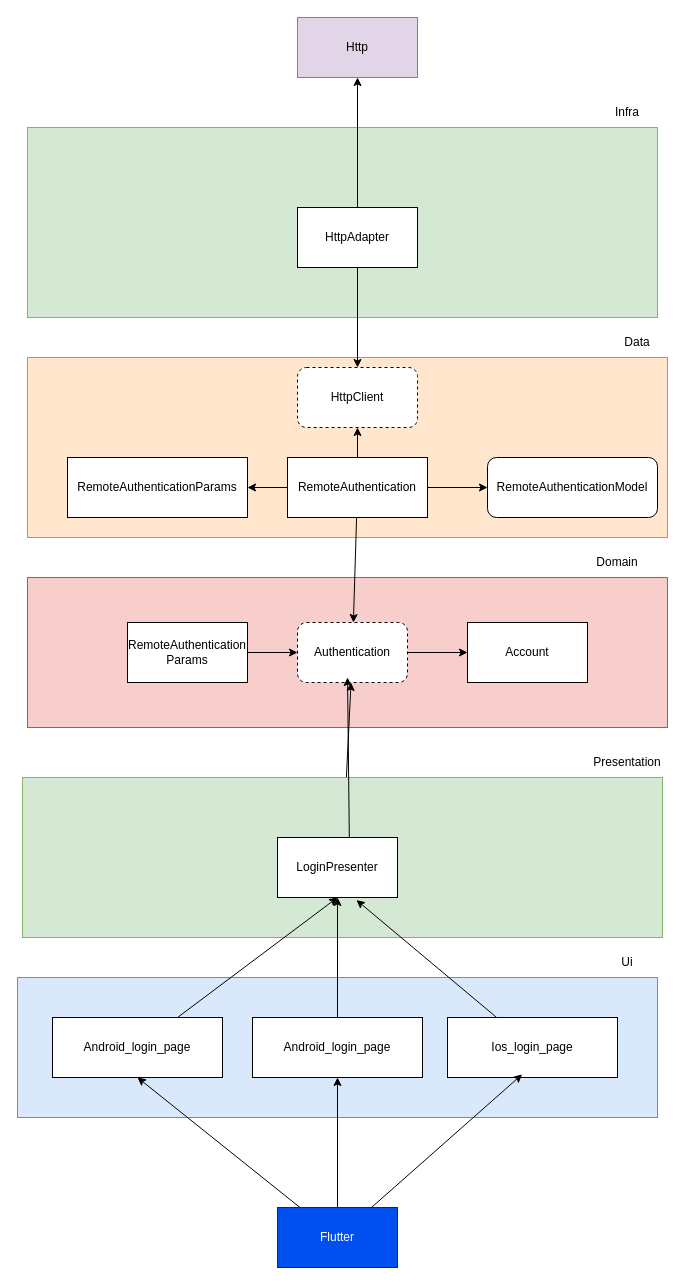
Earlier version of the draw.io diagram docs/diagram.drawio (Luke0195/clean_flutter). Source tidied: cells renumbered, new cells numbered last; positions are measured from the earlier drawing's top-left corner, leaving out a move shared by most shapes. Both pictures are drawn from the tidied source at 100%, with x=0, y=0 at pixel (17, 17).
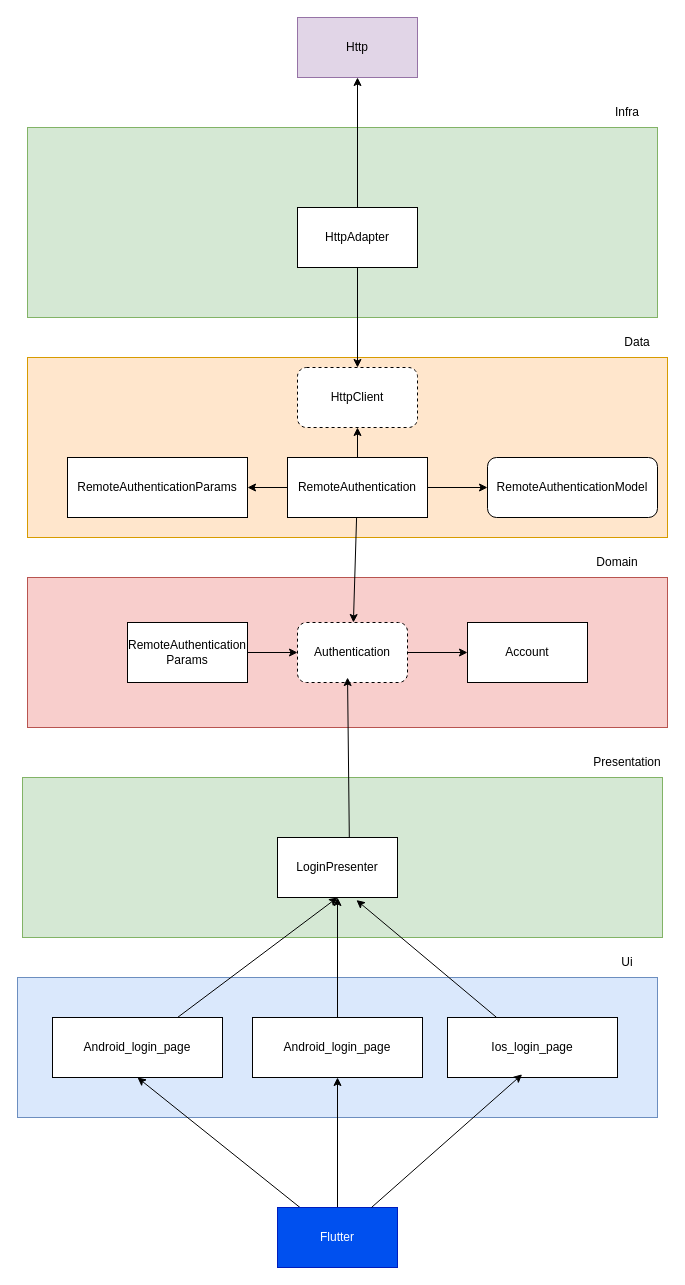
The same page after the edit.

The change refers to these unchanged cells:
```xml
<mxCell id="6" value="Authentication" style="rounded=1;whiteSpace=wrap;html=1;dashed=1;" parent="1" vertex="1">
  <mxGeometry x="280" y="605" width="110" height="60" as="geometry" />
</mxCell>
<mxCell id="27" style="rounded=0;whiteSpace=wrap;html=1;fillColor=#d5e8d4;strokeColor=#82b366;" parent="1" vertex="1">
  <mxGeometry x="5" y="760" width="640" height="160" as="geometry" />
</mxCell>
```

What changed in the source:
```diff
@@
-    <mxCell id="26" style="edgeStyle=none;html=1;" parent="1" edge="1" source="27" target="6">
-      <mxGeometry relative="1" as="geometry" />
-    </mxCell>
```
